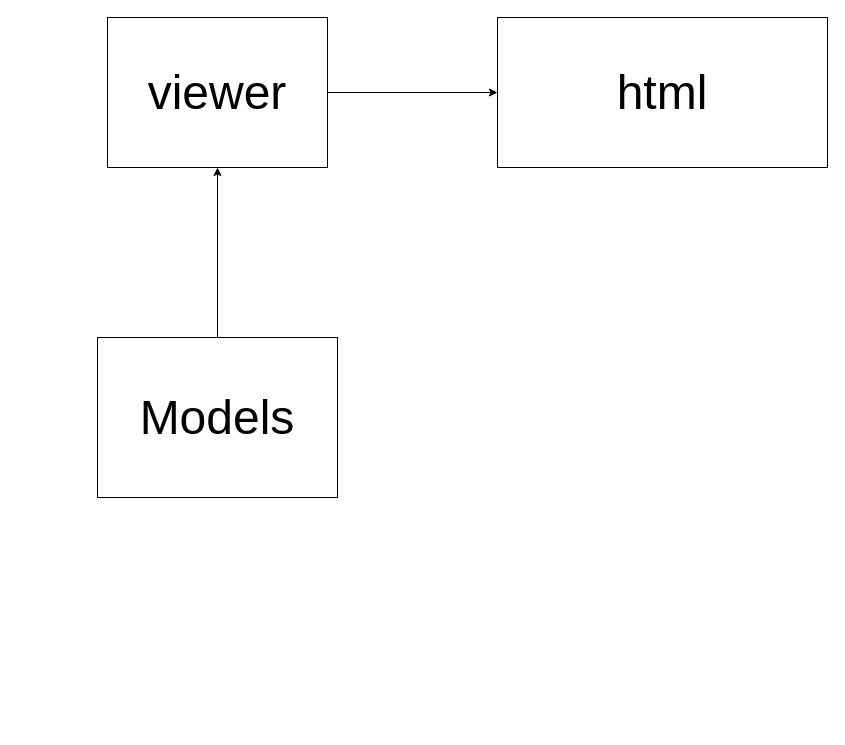
The draw.io diagram Django_learning/DjangoLearing.drawio in pengzhen80/PigeonRace, before the edit. Source tidied: cells renumbered, new cells numbered last; positions are measured from the earlier drawing's top-left corner, leaving out a move shared by most shapes. Both pictures are drawn from the tidied source at 100%, with x=0, y=0 at pixel (97, 17).
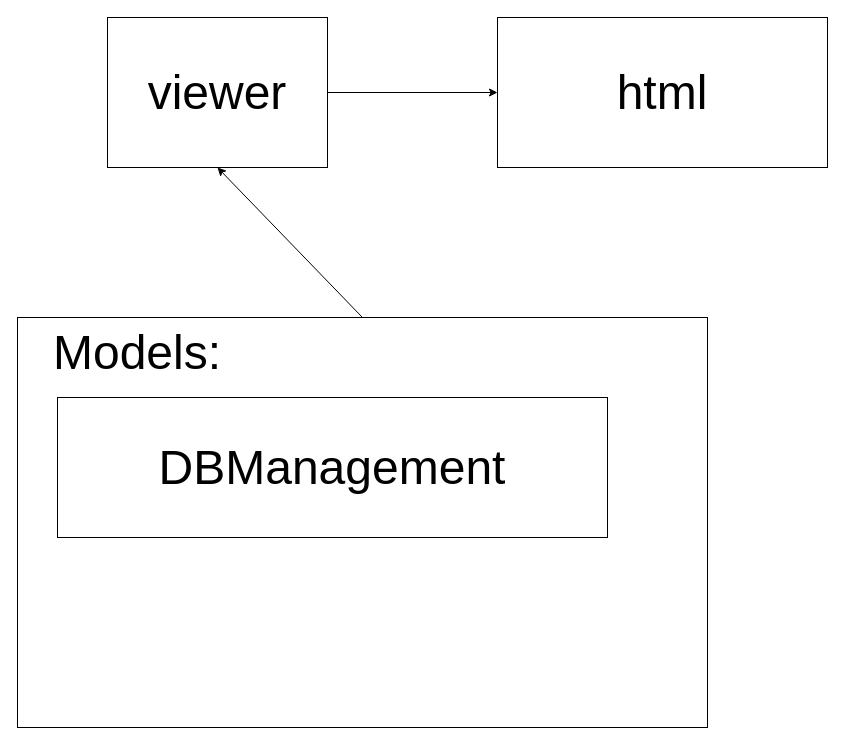
Above is the later version.

The edit, as a diff of the source:
```diff
@@
 <mxGraphModel>
   <root>
     <mxCell id="0" />
     <mxCell id="1" parent="0" />
     <mxCell id="2" value="&lt;font style=&quot;font-size: 48px;&quot;&gt;viewer&lt;/font&gt;" style="rounded=0;whiteSpace=wrap;html=1;" parent="1" vertex="1">
       <mxGeometry x="10" width="220" height="150" as="geometry" />
     </mxCell>
     <mxCell id="3" value="html" style="rounded=0;whiteSpace=wrap;html=1;fontSize=48;" parent="1" vertex="1">
       <mxGeometry x="400" width="330" height="150" as="geometry" />
     </mxCell>
     <mxCell id="4" style="endArrow=classic;html=1;rounded=0;fontSize=48;exitX=1;exitY=0.5;exitDx=0;exitDy=0;entryX=0;entryY=0.5;entryDx=0;entryDy=0;" parent="1" edge="1" source="2" target="3">
       <mxGeometry relative="1" as="geometry" />
     </mxCell>
-    <mxCell id="5" value="Models" style="rounded=0;whiteSpace=wrap;html=1;fontSize=48;" parent="1" vertex="1">
-      <mxGeometry y="320" width="240" height="160" as="geometry" />
+    <mxCell id="5" style="rounded=0;whiteSpace=wrap;html=1;fontSize=48;" parent="1" vertex="1">
+      <mxGeometry x="-80" y="300" width="690" height="410" as="geometry" />
     </mxCell>
     <mxCell id="6" style="endArrow=classic;html=1;rounded=0;fontSize=48;exitX=0.5;exitY=0;exitDx=0;exitDy=0;entryX=0.5;entryY=1;entryDx=0;entryDy=0;" parent="1" edge="1" source="5" target="2">
       <mxGeometry relative="1" as="geometry" />
     </mxCell>
+    <mxCell id="7" value="Models:" style="text;html=1;strokeColor=none;fillColor=none;align=center;verticalAlign=middle;whiteSpace=wrap;rounded=0;fontSize=48;" parent="1" vertex="1">
+      <mxGeometry x="10" y="320" width="60" height="30" as="geometry" />
+    </mxCell>
+    <mxCell id="8" value="DBManagement" style="rounded=0;whiteSpace=wrap;html=1;fontSize=48;" parent="1" vertex="1">
+      <mxGeometry x="-40" y="380" width="550" height="140" as="geometry" />
+    </mxCell>
   </root>
 </mxGraphModel>
```
